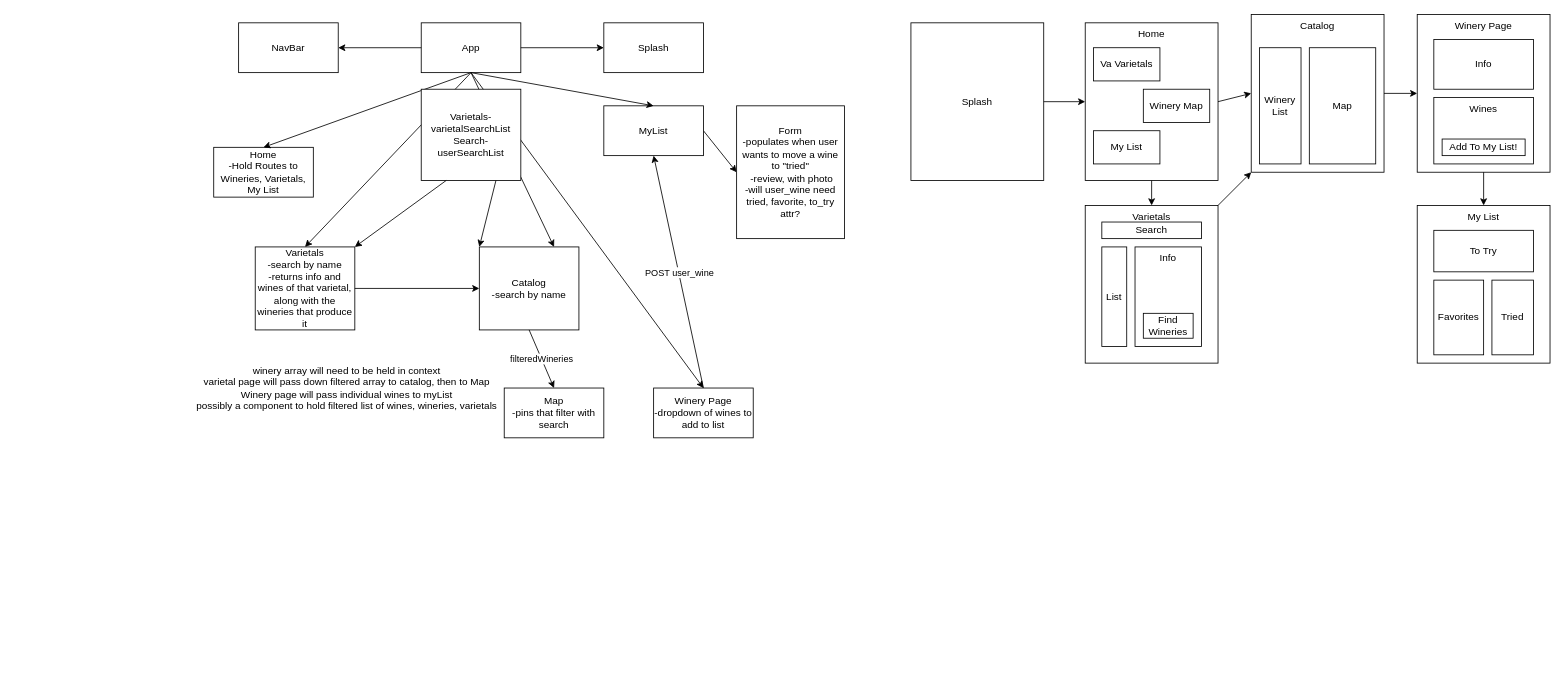
This is client/src/data/diagram.drawio from Eccatoe/ShenandoahWines, a draw.io file, before an edit. Source tidied: cells renumbered, new cells numbered last; positions are measured from the earlier drawing's top-left corner, leaving out a move shared by most shapes. Both pictures are drawn from the tidied source at 83%, with x=0, y=0 at pixel (188, 14).
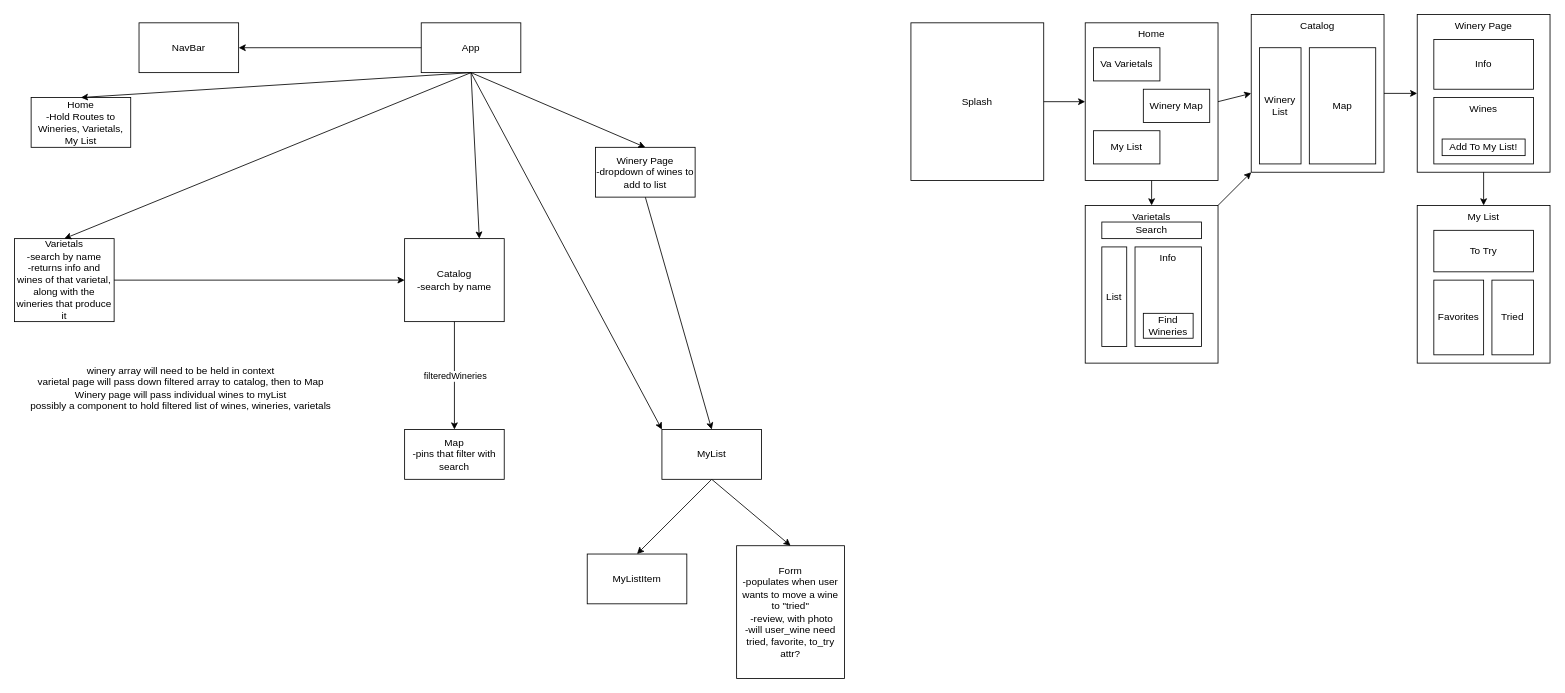
The same page after the edit.

The change refers to these unchanged cells:
```xml
<mxCell id="2" value="App" style="rounded=0;whiteSpace=wrap;html=1;" parent="1" vertex="1">
  <mxGeometry x="280" y="10" width="120" height="60" as="geometry" />
</mxCell>
```

Change to the diagram source:
```diff
@@
+    <mxCell id="20" style="edgeStyle=none;html=1;exitX=0.5;exitY=1;exitDx=0;exitDy=0;entryX=0;entryY=0;entryDx=0;entryDy=0;" parent="1" edge="1" source="2" target="19">
+      <mxGeometry relative="1" as="geometry" />
+    </mxCell>
@@
     <mxCell id="3" value="NavBar" style="rounded=0;whiteSpace=wrap;html=1;" parent="1" vertex="1">
-      <mxGeometry x="60" y="10" width="120" height="60" as="geometry" />
+      <mxGeometry x="-60" y="10" width="120" height="60" as="geometry" />
     </mxCell>
-    <mxCell id="4" value="Splash" style="rounded=0;whiteSpace=wrap;html=1;" parent="1" vertex="1">
-      <mxGeometry x="500" y="10" width="120" height="60" as="geometry" />
-    </mxCell>
     <mxCell id="5" value="Home&lt;br&gt;-Hold Routes to Wineries, Varietals, My List" style="rounded=0;whiteSpace=wrap;html=1;" parent="1" vertex="1">
-      <mxGeometry x="30" y="160" width="120" height="60" as="geometry" />
+      <mxGeometry x="-190" y="100" width="120" height="60" as="geometry" />
     </mxCell>
     <mxCell id="6" value="Varietals&lt;br&gt;-search by name&lt;br&gt;-returns info and wines of that varietal, along with the wineries that produce it" style="rounded=0;whiteSpace=wrap;html=1;" parent="1" vertex="1">
-      <mxGeometry x="80" y="280" width="120" height="100" as="geometry" />
+      <mxGeometry x="-210" y="270" width="120" height="100" as="geometry" />
     </mxCell>
     <mxCell id="7" value="Catalog&lt;br&gt;-search by name &lt;br&gt;" style="rounded=0;whiteSpace=wrap;html=1;" parent="1" vertex="1">
-      <mxGeometry x="350" y="280" width="120" height="100" as="geometry" />
+      <mxGeometry x="260" y="270" width="120" height="100" as="geometry" />
     </mxCell>
+    <mxCell id="50" style="edgeStyle=none;html=1;exitX=0.5;exitY=1;exitDx=0;exitDy=0;entryX=0.5;entryY=0;entryDx=0;entryDy=0;" parent="1" edge="1" source="8" target="19">
+      <mxGeometry relative="1" as="geometry" />
+    </mxCell>
     <mxCell id="8" value="Winery Page&lt;br&gt;-dropdown of wines to add to list" style="rounded=0;whiteSpace=wrap;html=1;" parent="1" vertex="1">
-      <mxGeometry x="560" y="450" width="120" height="60" as="geometry" />
+      <mxGeometry x="490" y="160" width="120" height="60" as="geometry" />
     </mxCell>
-    <mxCell id="9" style="edgeStyle=none;html=1;entryX=0;entryY=0.5;entryDx=0;entryDy=0;exitX=1;exitY=0.5;exitDx=0;exitDy=0;" parent="1" edge="1" source="19" target="10">
-      <mxGeometry relative="1" as="geometry" />
-    </mxCell>
     <mxCell id="10" value="Form&lt;br&gt;-populates when user wants to move a wine to &quot;tried&quot;&lt;br&gt;&amp;nbsp;-review, with photo&lt;br&gt;-will user_wine need tried, favorite, to_try attr?" style="rounded=0;whiteSpace=wrap;html=1;" parent="1" vertex="1">
-      <mxGeometry x="660" y="110" width="130" height="160" as="geometry" />
+      <mxGeometry x="660" y="640" width="130" height="160" as="geometry" />
     </mxCell>
-    <mxCell id="11" style="endArrow=classic;html=1;exitX=1;exitY=0.5;exitDx=0;exitDy=0;entryX=0;entryY=0.5;entryDx=0;entryDy=0;" parent="1" edge="1" source="2" target="4">
-      <mxGeometry relative="1" as="geometry" />
-    </mxCell>
@@
     <mxCell id="15" value="Map&lt;br&gt;-pins that filter with search" style="rounded=0;whiteSpace=wrap;html=1;" parent="1" vertex="1">
-      <mxGeometry x="380" y="450" width="120" height="60" as="geometry" />
+      <mxGeometry x="260" y="500" width="120" height="60" as="geometry" />
     </mxCell>
@@
+    <mxCell id="56" style="edgeStyle=none;html=1;exitX=0.5;exitY=1;exitDx=0;exitDy=0;entryX=0.5;entryY=0;entryDx=0;entryDy=0;" parent="1" edge="1" source="19" target="57">
+      <mxGeometry relative="1" as="geometry" />
+    </mxCell>
+    <mxCell id="9" style="edgeStyle=none;html=1;exitX=0.5;exitY=1;exitDx=0;exitDy=0;entryX=0.5;entryY=0;entryDx=0;entryDy=0;" parent="1" edge="1" source="19" target="10">
+      <mxGeometry relative="1" as="geometry" />
+    </mxCell>
     <mxCell id="19" value="MyList" style="rounded=0;whiteSpace=wrap;html=1;" parent="1" vertex="1">
-      <mxGeometry x="500" y="110" width="120" height="60" as="geometry" />
+      <mxGeometry x="570" y="500" width="120" height="60" as="geometry" />
     </mxCell>
-    <mxCell id="20" style="endArrow=classic;html=1;entryX=0.5;entryY=0;entryDx=0;entryDy=0;exitX=0.5;exitY=1;exitDx=0;exitDy=0;" parent="1" edge="1" source="2" target="19">
-      <mxGeometry relative="1" as="geometry" />
-    </mxCell>
@@
     <mxCell id="48" value="winery array will need to be held in context&lt;br&gt;varietal page will pass down filtered array to catalog, then to Map&lt;br&gt;Winery page will pass individual wines to myList&lt;br&gt;possibly a component to hold filtered list of wines, wineries, varietals" style="text;html=1;align=center;verticalAlign=middle;strokeColor=none;fillColor=none;" parent="1" vertex="1">
-      <mxGeometry y="420" width="380" height="60" as="geometry" />
+      <mxGeometry x="-200" y="420" width="380" height="60" as="geometry" />
     </mxCell>
-    <mxCell id="49" value="Varietals-varietalSearchList&lt;br&gt;Search-userSearchList" style="rounded=0;whiteSpace=wrap;html=1;" parent="1" vertex="1">
-      <mxGeometry x="280" y="90" width="120" height="110" as="geometry" />
-    </mxCell>
-    <mxCell id="50" style="endArrow=classic;html=1;exitX=0.5;exitY=0;exitDx=0;exitDy=0;entryX=0.5;entryY=1;entryDx=0;entryDy=0;" parent="1" edge="1" source="8" target="19">
-      <mxGeometry relative="1" as="geometry" />
-    </mxCell>
-    <mxCell id="51" value="POST user_wine" style="edgeLabel;html=1;align=center;verticalAlign=middle;" parent="50" vertex="1">
-      <mxGeometry relative="1" as="geometry" />
-    </mxCell>
-    <mxCell id="52" style="endArrow=classic;html=1;exitX=0.25;exitY=1;exitDx=0;exitDy=0;entryX=1;entryY=0;entryDx=0;entryDy=0;" parent="1" edge="1" source="49" target="6">
-      <mxGeometry relative="1" as="geometry" />
-    </mxCell>
-    <mxCell id="53" style="endArrow=classic;html=1;entryX=0;entryY=0;entryDx=0;entryDy=0;exitX=0.75;exitY=1;exitDx=0;exitDy=0;" parent="1" edge="1" source="49" target="7">
-      <mxGeometry relative="1" as="geometry" />
-    </mxCell>
@@
+    <mxCell id="57" value="MyListItem" style="rounded=0;whiteSpace=wrap;html=1;" parent="1" vertex="1">
+      <mxGeometry x="480" y="650" width="120" height="60" as="geometry" />
+    </mxCell>
```
